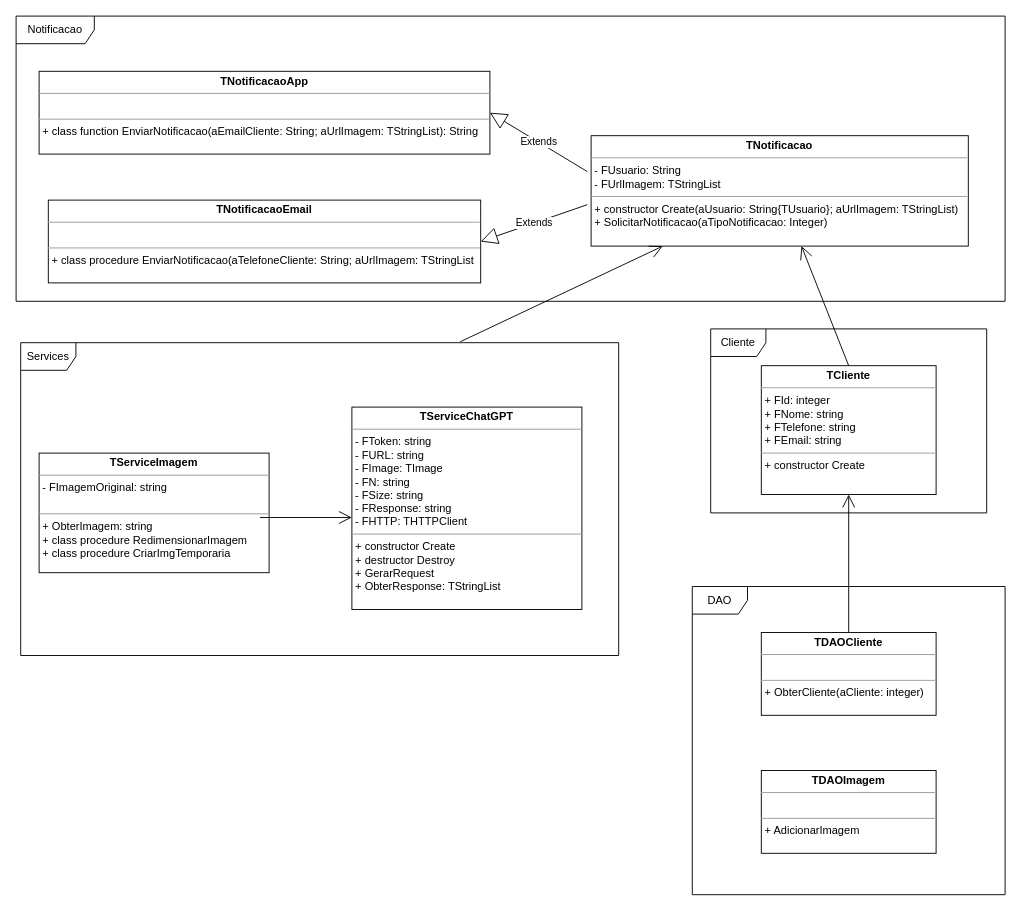
Before: Arquitetura da Aplicação/Diagrama_Classe.drawio in danielthls/projetoNovaVisao, a draw.io diagram. Source tidied: cells renumbered, new cells numbered last; positions are measured from the earlier drawing's top-left corner, leaving out a move shared by most shapes. Both pictures are drawn from the tidied source at 92%, with x=0, y=0 at pixel (16, 16).
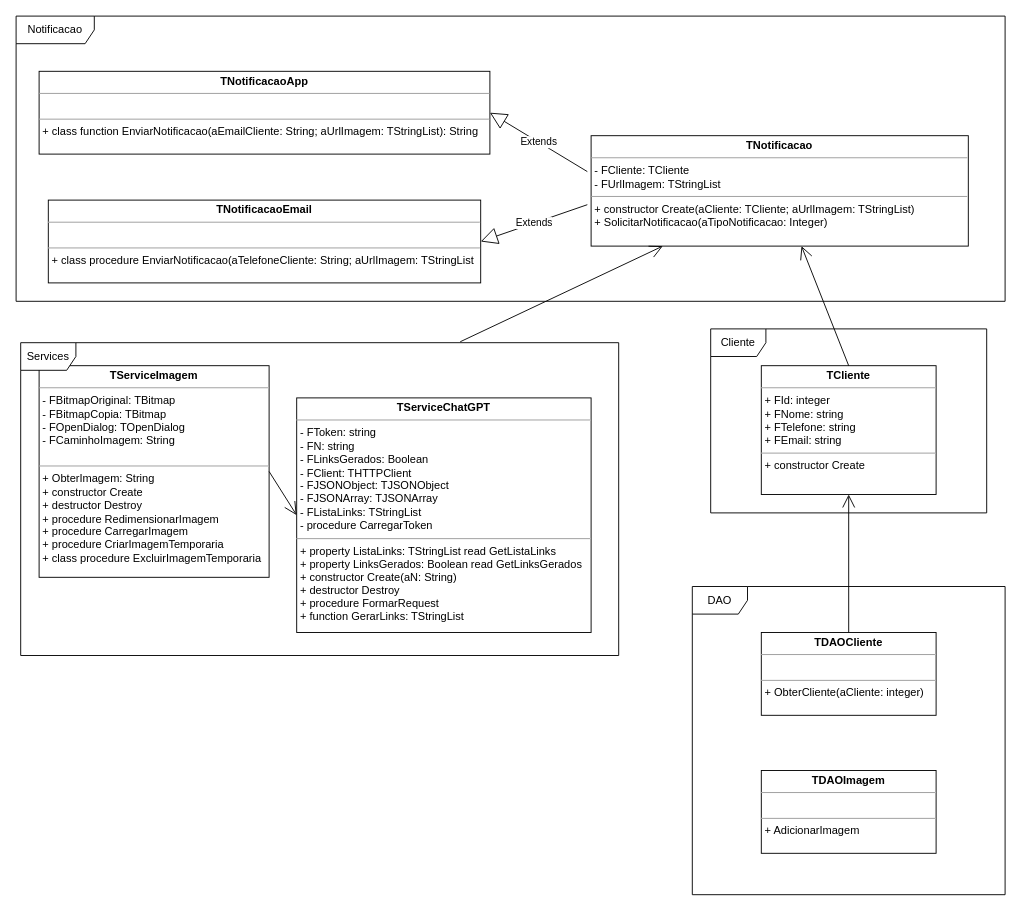
The same page after the edit.

Commit message (it also covers changes not shown here):
Atualiza diagrama de classes e implementa frmImagem corretamente

Change to the diagram source:
```diff
@@
-    <mxCell id="4" value="&lt;p style=&quot;margin:0px;margin-top:4px;text-align:center;&quot;&gt;&lt;b&gt;TNotificacao&lt;/b&gt;&lt;br&gt;&lt;/p&gt;&lt;hr size=&quot;1&quot;&gt;&lt;p style=&quot;margin:0px;margin-left:4px;&quot;&gt;- FUsuario: String&lt;/p&gt;&lt;p style=&quot;margin:0px;margin-left:4px;&quot;&gt;-&amp;nbsp;FUrlImagem: TStringList&lt;/p&gt;&lt;hr size=&quot;1&quot;&gt;&lt;p style=&quot;margin:0px;margin-left:4px;&quot;&gt;+&amp;nbsp;constructor Create(aUsuario: String{TUsuario}; aUrlImagem: TStringList)&lt;/p&gt;&lt;p style=&quot;margin:0px;margin-left:4px;&quot;&gt;+ SolicitarNotificacao(aTipoNotificacao: Integer)&lt;/p&gt;" style="verticalAlign=top;align=left;overflow=fill;fontSize=12;fontFamily=Helvetica;html=1;" parent="1" vertex="1">
+    <mxCell id="4" value="&lt;p style=&quot;margin:0px;margin-top:4px;text-align:center;&quot;&gt;&lt;b&gt;TNotificacao&lt;/b&gt;&lt;br&gt;&lt;/p&gt;&lt;hr size=&quot;1&quot;&gt;&lt;p style=&quot;margin:0px;margin-left:4px;&quot;&gt;- FCliente: TCliente&lt;/p&gt;&lt;p style=&quot;margin:0px;margin-left:4px;&quot;&gt;-&amp;nbsp;FUrlImagem: TStringList&lt;/p&gt;&lt;hr size=&quot;1&quot;&gt;&lt;p style=&quot;margin:0px;margin-left:4px;&quot;&gt;+&amp;nbsp;constructor Create(aCliente: TCliente; aUrlImagem: TStringList)&lt;/p&gt;&lt;p style=&quot;margin:0px;margin-left:4px;&quot;&gt;+ SolicitarNotificacao(aTipoNotificacao: Integer)&lt;/p&gt;" style="verticalAlign=top;align=left;overflow=fill;fontSize=12;fontFamily=Helvetica;html=1;" parent="1" vertex="1">
       <mxGeometry x="625" y="130" width="410" height="120" as="geometry" />
     </mxCell>
@@
-    <mxCell id="8" value="&lt;p style=&quot;margin:0px;margin-top:4px;text-align:center;&quot;&gt;&lt;b&gt;TServiceImagem&lt;/b&gt;&lt;/p&gt;&lt;hr size=&quot;1&quot;&gt;&lt;p style=&quot;margin:0px;margin-left:4px;&quot;&gt;- FImagemOriginal: string&lt;br&gt;&lt;br&gt;&lt;/p&gt;&lt;hr size=&quot;1&quot;&gt;&lt;p style=&quot;margin:0px;margin-left:4px;&quot;&gt;+ ObterImagem: string&lt;br&gt;+ class procedure RedimensionarImagem&lt;/p&gt;&lt;p style=&quot;margin:0px;margin-left:4px;&quot;&gt;+ class procedure CriarImgTemporaria&lt;/p&gt;" style="verticalAlign=top;align=left;overflow=fill;fontSize=12;fontFamily=Helvetica;html=1;" parent="1" vertex="1">
-      <mxGeometry x="25" y="475" width="250" height="130" as="geometry" />
+    <mxCell id="8" value="&lt;p style=&quot;margin:0px;margin-top:4px;text-align:center;&quot;&gt;&lt;b&gt;TServiceImagem&lt;/b&gt;&lt;/p&gt;&lt;hr size=&quot;1&quot;&gt;&lt;p style=&quot;margin:0px;margin-left:4px;&quot;&gt;- FBitmapOriginal: TBitmap&lt;/p&gt;&lt;p style=&quot;margin:0px;margin-left:4px;&quot;&gt;- FBitmapCopia: TBitmap&lt;/p&gt;&lt;p style=&quot;margin:0px;margin-left:4px;&quot;&gt;- FOpenDialog: TOpenDialog&lt;/p&gt;&lt;p style=&quot;margin:0px;margin-left:4px;&quot;&gt;- FCaminhoImagem: String&lt;br&gt;&lt;br&gt;&lt;/p&gt;&lt;hr size=&quot;1&quot;&gt;&lt;p style=&quot;margin:0px;margin-left:4px;&quot;&gt;+ ObterImagem: String&lt;/p&gt;&lt;p style=&quot;margin:0px;margin-left:4px;&quot;&gt;+ constructor Create&lt;/p&gt;&lt;p style=&quot;margin:0px;margin-left:4px;&quot;&gt;+ destructor Destroy&lt;br&gt;+ procedure RedimensionarImagem&lt;/p&gt;&lt;p style=&quot;margin:0px;margin-left:4px;&quot;&gt;+ procedure CarregarImagem&lt;/p&gt;&lt;p style=&quot;margin:0px;margin-left:4px;&quot;&gt;+ procedure CriarImagemTemporaria&lt;/p&gt;&lt;p style=&quot;margin:0px;margin-left:4px;&quot;&gt;+ class procedure ExcluirImagemTemporaria&lt;/p&gt;" style="verticalAlign=top;align=left;overflow=fill;fontSize=12;fontFamily=Helvetica;html=1;" parent="1" vertex="1">
+      <mxGeometry x="25" y="380" width="250" height="230" as="geometry" />
     </mxCell>
-    <mxCell id="9" value="&lt;p style=&quot;margin:0px;margin-top:4px;text-align:center;&quot;&gt;&lt;b&gt;TServiceChatGPT&lt;/b&gt;&lt;/p&gt;&lt;hr size=&quot;1&quot;&gt;&lt;p style=&quot;margin:0px;margin-left:4px;&quot;&gt;- FToken: string&lt;/p&gt;&lt;p style=&quot;margin:0px;margin-left:4px;&quot;&gt;- FURL: string&lt;/p&gt;&lt;p style=&quot;margin:0px;margin-left:4px;&quot;&gt;- FImage: TImage&lt;/p&gt;&lt;p style=&quot;margin:0px;margin-left:4px;&quot;&gt;- FN: string&lt;/p&gt;&lt;p style=&quot;margin:0px;margin-left:4px;&quot;&gt;- FSize: string&lt;/p&gt;&lt;p style=&quot;margin:0px;margin-left:4px;&quot;&gt;- FResponse: string&lt;/p&gt;&lt;p style=&quot;margin:0px;margin-left:4px;&quot;&gt;- FHTTP: THTTPClient&lt;br&gt;&lt;/p&gt;&lt;hr size=&quot;1&quot;&gt;&lt;p style=&quot;margin:0px;margin-left:4px;&quot;&gt;+ constructor Create&lt;/p&gt;&lt;p style=&quot;margin:0px;margin-left:4px;&quot;&gt;+ destructor Destroy&lt;/p&gt;&lt;p style=&quot;margin:0px;margin-left:4px;&quot;&gt;+ GerarRequest&lt;/p&gt;&lt;p style=&quot;margin:0px;margin-left:4px;&quot;&gt;+ ObterResponse: TStringList&lt;/p&gt;" style="verticalAlign=top;align=left;overflow=fill;fontSize=12;fontFamily=Helvetica;html=1;" parent="1" vertex="1">
-      <mxGeometry x="365" y="425" width="250" height="220" as="geometry" />
+    <mxCell id="9" value="&lt;p style=&quot;margin:0px;margin-top:4px;text-align:center;&quot;&gt;&lt;b&gt;TServiceChatGPT&lt;/b&gt;&lt;/p&gt;&lt;hr size=&quot;1&quot;&gt;&lt;p style=&quot;margin:0px;margin-left:4px;&quot;&gt;- FToken: string&lt;/p&gt;&lt;p style=&quot;margin:0px;margin-left:4px;&quot;&gt;- FN: string&lt;/p&gt;&lt;p style=&quot;margin:0px;margin-left:4px;&quot;&gt;- FLinksGerados: Boolean&lt;/p&gt;&lt;p style=&quot;margin:0px;margin-left:4px;&quot;&gt;- FClient: THTTPClient&lt;br&gt;&lt;/p&gt;&lt;p style=&quot;margin:0px;margin-left:4px;&quot;&gt;- FJSONObject: TJSONObject&lt;/p&gt;&lt;p style=&quot;margin:0px;margin-left:4px;&quot;&gt;- FJSONArray: TJSONArray&lt;/p&gt;&lt;p style=&quot;margin:0px;margin-left:4px;&quot;&gt;- FListaLinks: TStringList&lt;/p&gt;&lt;p style=&quot;margin:0px;margin-left:4px;&quot;&gt;- procedure CarregarToken&lt;/p&gt;&lt;hr size=&quot;1&quot;&gt;&lt;p style=&quot;margin:0px;margin-left:4px;&quot;&gt;+ property ListaLinks: TStringList read GetListaLinks&lt;/p&gt;&lt;p style=&quot;margin:0px;margin-left:4px;&quot;&gt;+ property LinksGerados: Boolean read GetLinksGerados&lt;/p&gt;&lt;p style=&quot;margin:0px;margin-left:4px;&quot;&gt;+ constructor Create(aN: String)&lt;/p&gt;&lt;p style=&quot;margin:0px;margin-left:4px;&quot;&gt;+ destructor Destroy&lt;/p&gt;&lt;p style=&quot;margin:0px;margin-left:4px;&quot;&gt;+ procedure FormarRequest&lt;/p&gt;&lt;p style=&quot;margin:0px;margin-left:4px;&quot;&gt;+ function GerarLinks: TStringList&lt;/p&gt;&lt;p style=&quot;margin:0px;margin-left:4px;&quot;&gt;&lt;br&gt;&lt;/p&gt;" style="verticalAlign=top;align=left;overflow=fill;fontSize=12;fontFamily=Helvetica;html=1;" parent="1" vertex="1">
+      <mxGeometry x="305" y="415" width="320" height="255" as="geometry" />
     </mxCell>
-    <mxCell id="10" style="endArrow=open;endFill=1;endSize=12;html=1;rounded=0;" parent="1" edge="1">
-      <mxGeometry relative="1" as="geometry">
-        <mxPoint x="265" y="545" as="sourcePoint" />
-        <mxPoint x="365" y="545" as="targetPoint" />
-      </mxGeometry>
+    <mxCell id="10" style="endArrow=open;endFill=1;endSize=12;html=1;rounded=0;exitX=1;exitY=0.5;exitDx=0;exitDy=0;entryX=0;entryY=0.5;entryDx=0;entryDy=0;" parent="1" edge="1" source="8" target="9">
+      <mxGeometry relative="1" as="geometry" />
     </mxCell>
```
